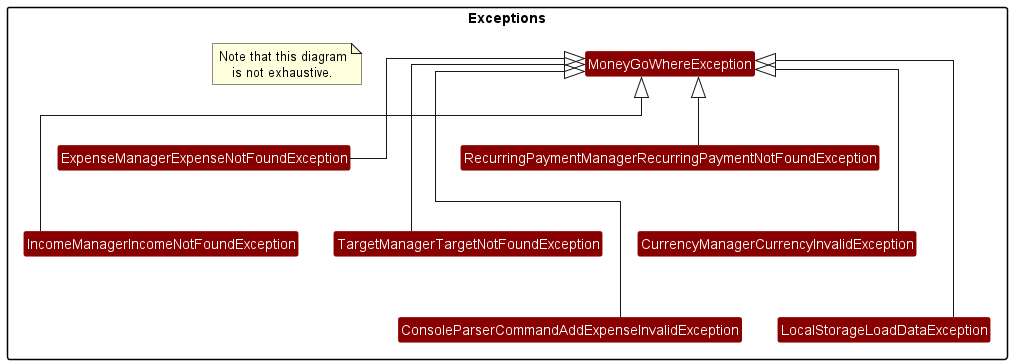
The PlantUML diagram docs/images/ComponentExceptions.png in nus-cs2113-AY2223S1/tp, before a commit.
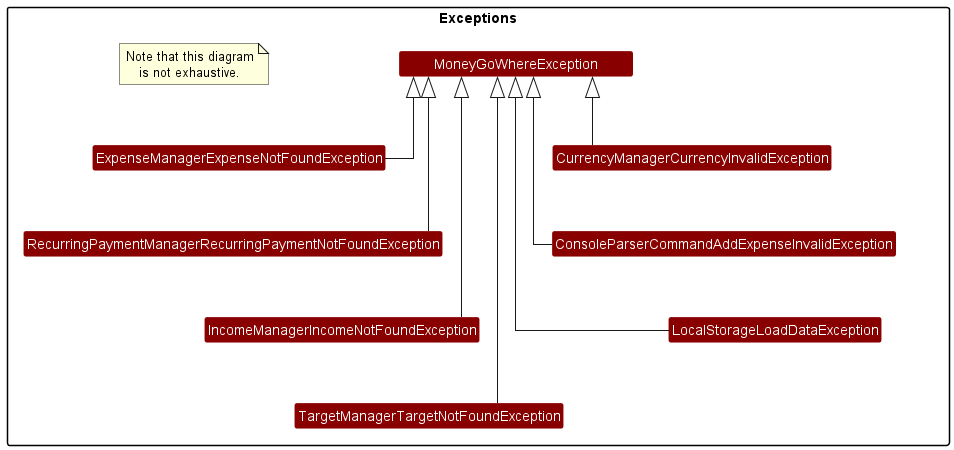
The same file after the commit.

Commit message:
Update layout of component exceptions diagram

The edit, as a diff of the source:
```diff
@@ -4,12 +4,12 @@
 skinparam rectangleTextAlignment<<left>> left
 
 package Exceptions {
-    Class MoneyGoWhereException EXCEPTIONS_COLOR_1
+    Class "        MoneyGoWhereException        " as MoneyGoWhereException EXCEPTIONS_COLOR_1
 
     Class ExpenseManagerExpenseNotFoundException EXCEPTIONS_COLOR_1
+    Class RecurringPaymentManagerRecurringPaymentNotFoundException EXCEPTIONS_COLOR_1
     Class IncomeManagerIncomeNotFoundException EXCEPTIONS_COLOR_1
     Class TargetManagerTargetNotFoundException EXCEPTIONS_COLOR_1
-    Class RecurringPaymentManagerRecurringPaymentNotFoundException EXCEPTIONS_COLOR_1
     Class CurrencyManagerCurrencyInvalidException EXCEPTIONS_COLOR_1
 
     Class ConsoleParserCommandAddExpenseInvalidException EXCEPTIONS_COLOR_1
@@ -22,13 +22,19 @@
     end note
 }
 
+ExpenseManagerExpenseNotFoundException -down[hidden]-> RecurringPaymentManagerRecurringPaymentNotFoundException
+RecurringPaymentManagerRecurringPaymentNotFoundException -down[hidden]-> IncomeManagerIncomeNotFoundException
+IncomeManagerIncomeNotFoundException -down[hidden]-> TargetManagerTargetNotFoundException
+CurrencyManagerCurrencyInvalidException -down[hidden]-> ConsoleParserCommandAddExpenseInvalidException
+ConsoleParserCommandAddExpenseInvalidException -down[hidden]-> LocalStorageLoadDataException
+
 ExpenseManagerExpenseNotFoundException -up-|> MoneyGoWhereException
-IncomeManagerIncomeNotFoundException --up-|> MoneyGoWhereException
-TargetManagerTargetNotFoundException --up-|> MoneyGoWhereException
+IncomeManagerIncomeNotFoundException -up-|> MoneyGoWhereException
+TargetManagerTargetNotFoundException -up-|> MoneyGoWhereException
 RecurringPaymentManagerRecurringPaymentNotFoundException -up-|> MoneyGoWhereException
-CurrencyManagerCurrencyInvalidException --up-|> MoneyGoWhereException
+CurrencyManagerCurrencyInvalidException -up-|> MoneyGoWhereException
 
-ConsoleParserCommandAddExpenseInvalidException ---up-|> MoneyGoWhereException
+ConsoleParserCommandAddExpenseInvalidException -up-|> MoneyGoWhereException
 
-LocalStorageLoadDataException ---up-|> MoneyGoWhereException
+LocalStorageLoadDataException -up-|> MoneyGoWhereException
 @enduml
```
